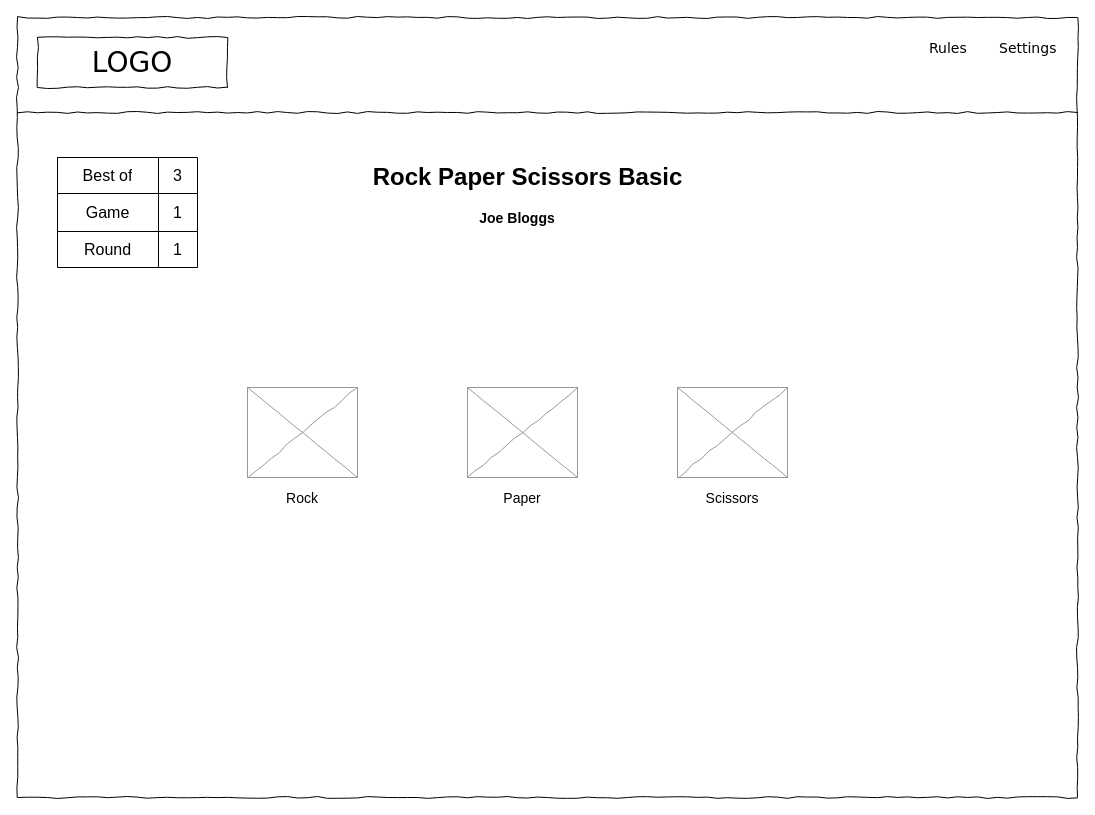
Above: page "game-play-basic-large" (3 of 15) of design/rps-xtreme.drawio in ibuttimer/rock-paper-scissors-xtreme (draw.io), before the change. Source tidied: cells renumbered, new cells numbered last; positions are measured from the earlier drawing's top-left corner, leaving out a move shared by most shapes. Both pictures are drawn from the tidied source at 100%, with x=0, y=0 at pixel (17, 17).
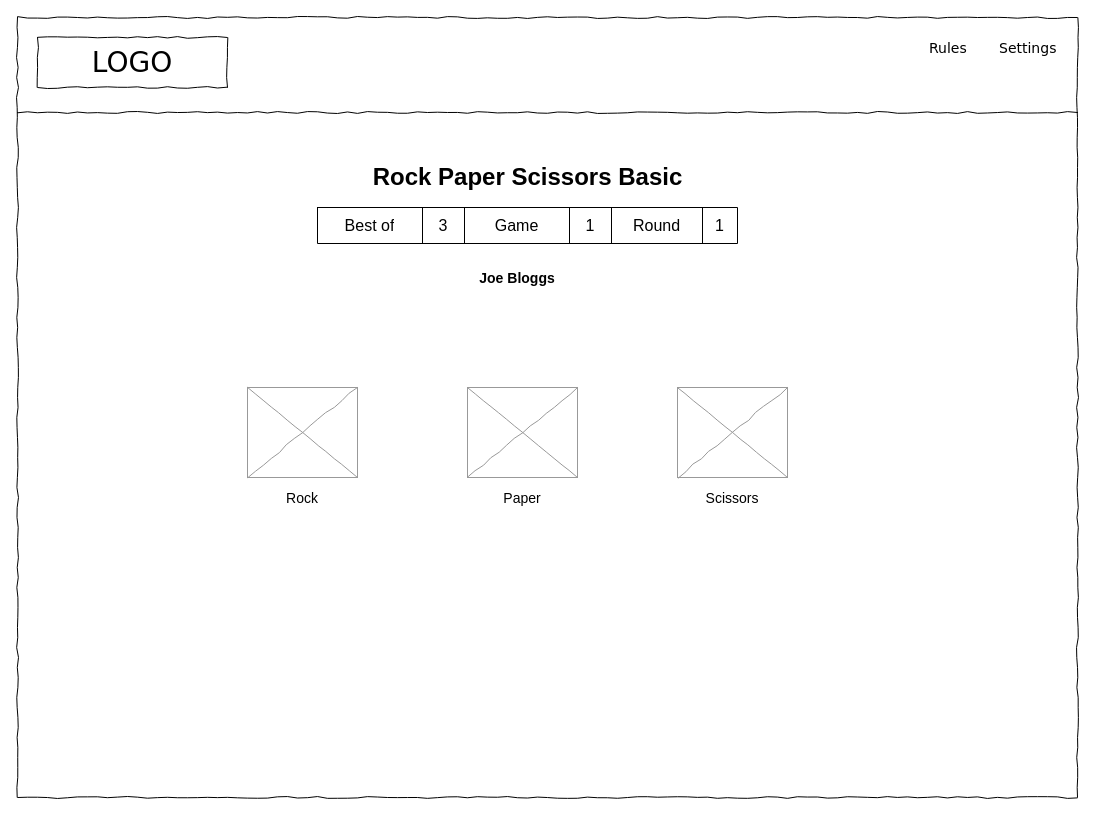
The same diagram, later.

Change to the diagram source:
```diff
@@
     <mxCell id="14" value="&lt;span style=&quot;font-size: 16px;&quot;&gt;&lt;b style=&quot;font-size: 14px;&quot;&gt;Joe Bloggs&lt;/b&gt;&lt;/span&gt;" style="text;html=1;strokeColor=none;fillColor=none;align=center;verticalAlign=middle;whiteSpace=wrap;overflow=hidden;" parent="1" vertex="1">
-      <mxGeometry x="420" y="180" width="160" height="40" as="geometry" />
+      <mxGeometry x="420" y="240" width="160" height="40" as="geometry" />
     </mxCell>
-    <mxCell id="15" style="shape=table;html=1;whiteSpace=wrap;startSize=0;childLayout=tableLayout;fontSize=16;" parent="1" vertex="1">
-      <mxGeometry x="40" y="140" width="140" height="110" as="geometry" />
-    </mxCell>
-    <mxCell id="16" style="shape=tableRow;horizontal=0;startSize=0;swimlaneHead=0;swimlaneBody=0;top=0;left=0;bottom=0;right=0;fillColor=none;fontSize=16;" parent="15" vertex="1">
-      <mxGeometry width="140" height="36" as="geometry" />
-    </mxCell>
+    <mxCell id="25" style="shape=table;html=1;whiteSpace=wrap;startSize=0;childLayout=tableLayout;fontSize=16;" parent="1" vertex="1">
+      <mxGeometry x="300" y="190" width="420" height="36" as="geometry" />
+    </mxCell>
+    <mxCell id="26" style="shape=tableRow;horizontal=0;startSize=0;swimlaneHead=0;swimlaneBody=0;top=0;left=0;bottom=0;right=0;fillColor=none;fontSize=16;" parent="25" vertex="1">
+      <mxGeometry width="420" height="36" as="geometry" />
+    </mxCell>
-    <mxCell id="17" value="Best of" style="shape=partialRectangle;html=1;whiteSpace=wrap;fillColor=none;top=0;left=0;bottom=0;right=0;overflow=hidden;fontSize=16;" parent="16" vertex="1">
-      <mxGeometry width="101" height="36" as="geometry" />
+    <mxCell id="17" value="Best of" style="shape=partialRectangle;html=1;whiteSpace=wrap;fillColor=none;top=0;left=0;bottom=0;right=0;overflow=hidden;fontSize=16;" parent="26" vertex="1">
+      <mxGeometry width="105" height="36" as="geometry" />
     </mxCell>
-    <mxCell id="18" value="3" style="shape=partialRectangle;html=1;whiteSpace=wrap;fillColor=none;top=0;left=0;bottom=0;right=0;overflow=hidden;fontSize=16;" parent="16" vertex="1">
-      <mxGeometry x="101" width="39" height="36" as="geometry" />
+    <mxCell id="18" value="3" style="shape=partialRectangle;html=1;whiteSpace=wrap;fillColor=none;top=0;left=0;bottom=0;right=0;overflow=hidden;fontSize=16;" parent="26" vertex="1">
+      <mxGeometry x="105" width="42" height="36" as="geometry" />
     </mxCell>
-    <mxCell id="19" style="shape=tableRow;horizontal=0;startSize=0;swimlaneHead=0;swimlaneBody=0;top=0;left=0;bottom=0;right=0;fillColor=none;fontSize=16;" parent="15" vertex="1">
-      <mxGeometry y="36" width="140" height="38" as="geometry" />
-    </mxCell>
-    <mxCell id="20" value="Game" style="shape=partialRectangle;html=1;whiteSpace=wrap;fillColor=none;top=0;left=0;bottom=0;right=0;overflow=hidden;fontSize=16;" parent="19" vertex="1">
-      <mxGeometry width="101" height="38" as="geometry" />
+    <mxCell id="20" value="Game" style="shape=partialRectangle;html=1;whiteSpace=wrap;fillColor=none;top=0;left=0;bottom=0;right=0;overflow=hidden;fontSize=16;" parent="26" vertex="1">
+      <mxGeometry x="147" width="105" height="36" as="geometry" />
     </mxCell>
-    <mxCell id="21" value="1" style="shape=partialRectangle;html=1;whiteSpace=wrap;fillColor=none;top=0;left=0;bottom=0;right=0;overflow=hidden;fontSize=16;" parent="19" vertex="1">
-      <mxGeometry x="101" width="39" height="38" as="geometry" />
-    </mxCell>
-    <mxCell id="22" style="shape=tableRow;horizontal=0;startSize=0;swimlaneHead=0;swimlaneBody=0;top=0;left=0;bottom=0;right=0;fillColor=none;fontSize=16;" parent="15" vertex="1">
-      <mxGeometry y="74" width="140" height="36" as="geometry" />
-    </mxCell>
+    <mxCell id="27" value="1" style="shape=partialRectangle;html=1;whiteSpace=wrap;fillColor=none;top=0;left=0;bottom=0;right=0;overflow=hidden;fontSize=16;" parent="26" vertex="1">
+      <mxGeometry x="252" width="42" height="36" as="geometry" />
+    </mxCell>
-    <mxCell id="23" value="Round" style="shape=partialRectangle;html=1;whiteSpace=wrap;fillColor=none;top=0;left=0;bottom=0;right=0;overflow=hidden;fontSize=16;" parent="22" vertex="1">
-      <mxGeometry width="101" height="36" as="geometry" />
+    <mxCell id="23" value="Round" style="shape=partialRectangle;html=1;whiteSpace=wrap;fillColor=none;top=0;left=0;bottom=0;right=0;overflow=hidden;fontSize=16;" parent="26" vertex="1">
+      <mxGeometry x="294" width="91" height="36" as="geometry" />
     </mxCell>
-    <mxCell id="24" value="1" style="shape=partialRectangle;html=1;whiteSpace=wrap;fillColor=none;top=0;left=0;bottom=0;right=0;overflow=hidden;fontSize=16;" parent="22" vertex="1">
-      <mxGeometry x="101" width="39" height="36" as="geometry" />
-    </mxCell>
+    <mxCell id="28" value="1" style="shape=partialRectangle;html=1;whiteSpace=wrap;fillColor=none;top=0;left=0;bottom=0;right=0;overflow=hidden;fontSize=16;" parent="26" vertex="1">
+      <mxGeometry x="385" width="35" height="36" as="geometry" />
+    </mxCell>
```
